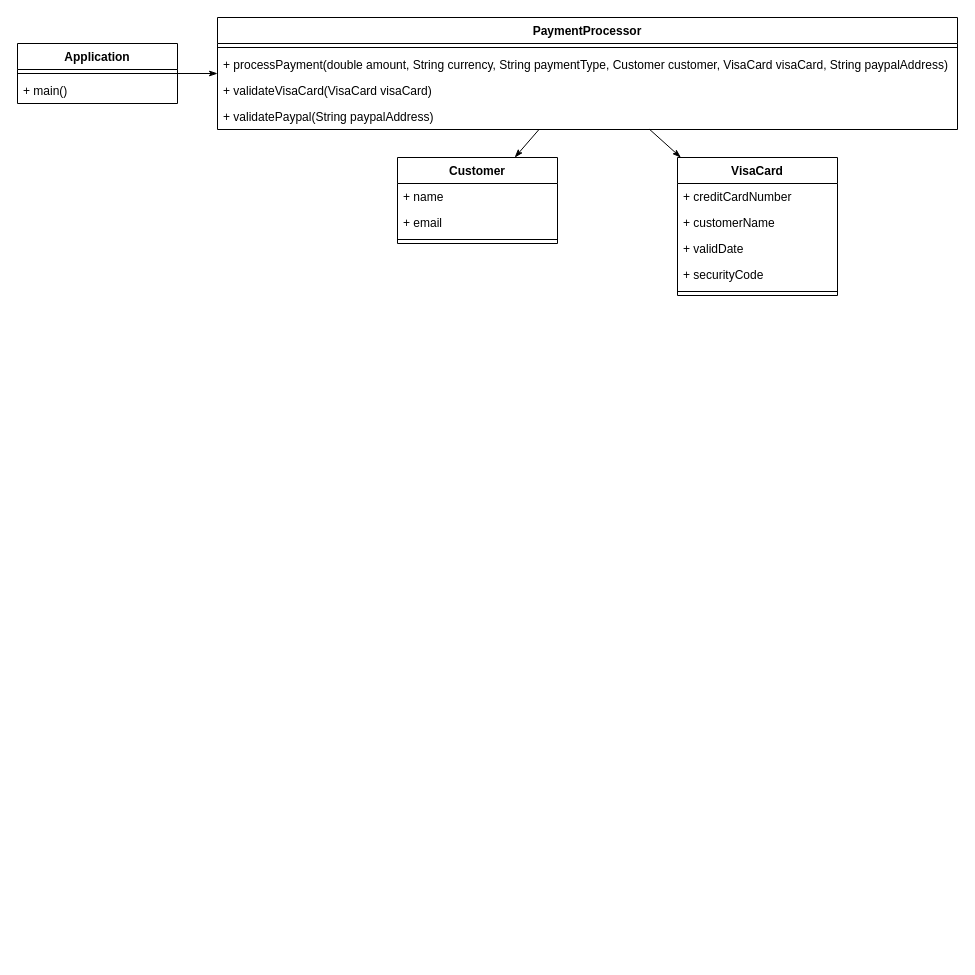
Before: page "Lab 2 - Q.e, f" (3 of 3) of assignments/Lab 2 draw.drawio in zithiat/asd, a draw.io diagram. Source tidied: cells renumbered, new cells numbered last; positions are measured from the earlier drawing's top-left corner, leaving out a move shared by most shapes. Both pictures are drawn from the tidied source at 100%, with x=0, y=0 at pixel (17, 17).
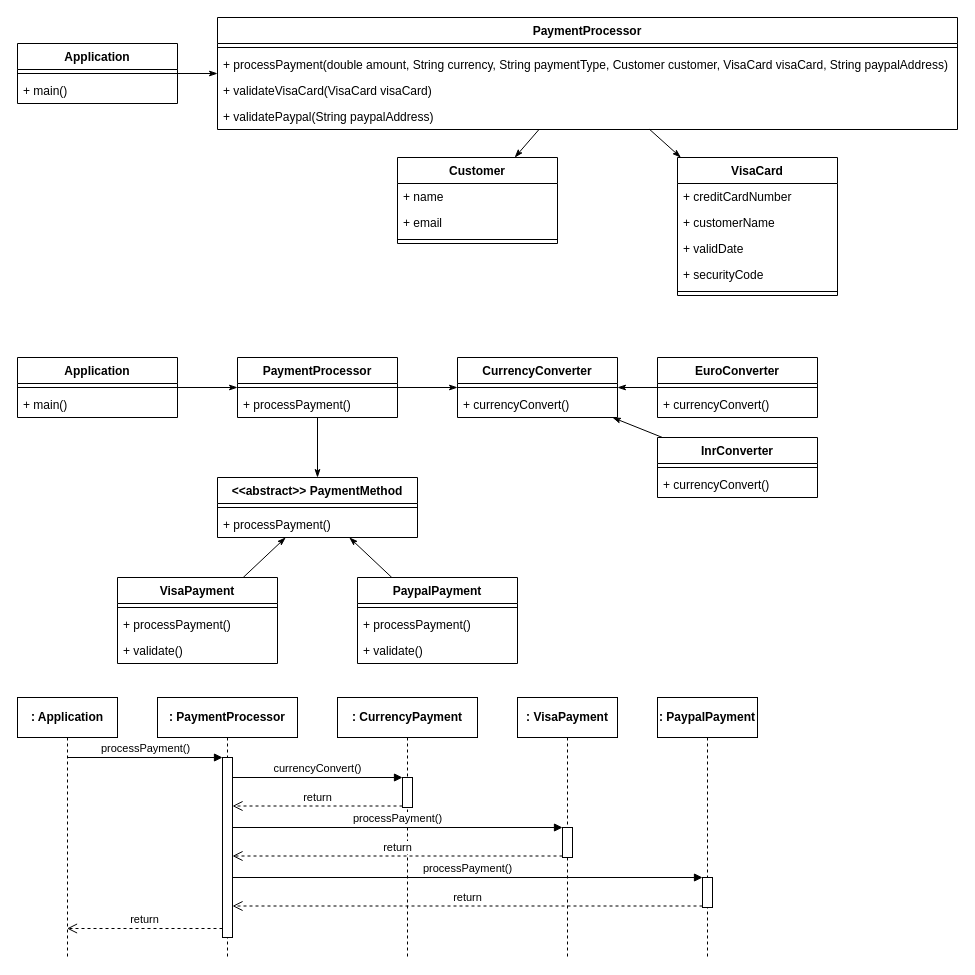
After the change.

Commit message:
Update Lab 2 - Q.e, f - Sequence diagram

What changed in the source:
```diff
@@
+    <mxCell id="23" value="Application" style="swimlane;fontStyle=1;align=center;verticalAlign=top;horizontal=1;startSize=26;" parent="1" vertex="1">
+      <mxGeometry y="340" width="160" height="60" as="geometry" />
+    </mxCell>
+    <mxCell id="24" style="line;strokeWidth=1;fillColor=none;align=left;verticalAlign=middle;spacingTop=-1;spacingLeft=3;spacingRight=3;labelPosition=right;" parent="23" vertex="1">
+      <mxGeometry y="26" width="160" height="8" as="geometry" />
+    </mxCell>
+    <mxCell id="25" value="+ main()" style="text;strokeColor=none;fillColor=none;align=left;verticalAlign=top;spacingLeft=4;spacingRight=4;overflow=hidden;" parent="23" vertex="1">
+      <mxGeometry y="34" width="160" height="26" as="geometry" />
+    </mxCell>
+    <mxCell id="26" value="PaymentProcessor" style="swimlane;fontStyle=1;align=center;verticalAlign=top;horizontal=1;startSize=26;" parent="1" vertex="1">
+      <mxGeometry x="220" y="340" width="160" height="60" as="geometry" />
+    </mxCell>
+    <mxCell id="27" style="line;strokeWidth=1;fillColor=none;align=left;verticalAlign=middle;spacingTop=-1;spacingLeft=3;spacingRight=3;labelPosition=right;" parent="26" vertex="1">
+      <mxGeometry y="26" width="160" height="8" as="geometry" />
+    </mxCell>
+    <mxCell id="28" value="+ processPayment()" style="text;strokeColor=none;fillColor=none;align=left;verticalAlign=top;spacingLeft=4;spacingRight=4;overflow=hidden;" parent="26" vertex="1">
+      <mxGeometry y="34" width="160" height="26" as="geometry" />
+    </mxCell>
+    <mxCell id="29" value="CurrencyConverter" style="swimlane;fontStyle=1;align=center;verticalAlign=top;horizontal=1;startSize=26;" parent="1" vertex="1">
+      <mxGeometry x="440" y="340" width="160" height="60" as="geometry" />
+    </mxCell>
+    <mxCell id="30" style="line;strokeWidth=1;fillColor=none;align=left;verticalAlign=middle;spacingTop=-1;spacingLeft=3;spacingRight=3;labelPosition=right;" parent="29" vertex="1">
+      <mxGeometry y="26" width="160" height="8" as="geometry" />
+    </mxCell>
+    <mxCell id="31" value="+ currencyConvert()" style="text;strokeColor=none;fillColor=none;align=left;verticalAlign=top;spacingLeft=4;spacingRight=4;overflow=hidden;" parent="29" vertex="1">
+      <mxGeometry y="34" width="160" height="26" as="geometry" />
+    </mxCell>
+    <mxCell id="32" value="EuroConverter" style="swimlane;fontStyle=1;align=center;verticalAlign=top;horizontal=1;startSize=26;" parent="1" vertex="1">
+      <mxGeometry x="640" y="340" width="160" height="60" as="geometry" />
+    </mxCell>
+    <mxCell id="33" style="line;strokeWidth=1;fillColor=none;align=left;verticalAlign=middle;spacingTop=-1;spacingLeft=3;spacingRight=3;labelPosition=right;" parent="32" vertex="1">
+      <mxGeometry y="26" width="160" height="8" as="geometry" />
+    </mxCell>
+    <mxCell id="34" value="+ currencyConvert()" style="text;strokeColor=none;fillColor=none;align=left;verticalAlign=top;spacingLeft=4;spacingRight=4;overflow=hidden;" parent="32" vertex="1">
+      <mxGeometry y="34" width="160" height="26" as="geometry" />
+    </mxCell>
+    <mxCell id="35" value="InrConverter" style="swimlane;fontStyle=1;align=center;verticalAlign=top;horizontal=1;startSize=26;" parent="1" vertex="1">
+      <mxGeometry x="640" y="420" width="160" height="60" as="geometry" />
+    </mxCell>
+    <mxCell id="36" style="line;strokeWidth=1;fillColor=none;align=left;verticalAlign=middle;spacingTop=-1;spacingLeft=3;spacingRight=3;labelPosition=right;" parent="35" vertex="1">
+      <mxGeometry y="26" width="160" height="8" as="geometry" />
+    </mxCell>
+    <mxCell id="37" value="+ currencyConvert()" style="text;strokeColor=none;fillColor=none;align=left;verticalAlign=top;spacingLeft=4;spacingRight=4;overflow=hidden;" parent="35" vertex="1">
+      <mxGeometry y="34" width="160" height="26" as="geometry" />
+    </mxCell>
+    <mxCell id="38" value="&lt;&lt;abstract&gt;&gt; PaymentMethod" style="swimlane;fontStyle=1;align=center;verticalAlign=top;horizontal=1;startSize=26;" parent="1" vertex="1">
+      <mxGeometry x="200" y="460" width="200" height="60" as="geometry" />
+    </mxCell>
+    <mxCell id="39" style="line;strokeWidth=1;fillColor=none;align=left;verticalAlign=middle;spacingTop=-1;spacingLeft=3;spacingRight=3;labelPosition=right;" parent="38" vertex="1">
+      <mxGeometry y="26" width="200" height="8" as="geometry" />
+    </mxCell>
+    <mxCell id="40" value="+ processPayment()" style="text;strokeColor=none;fillColor=none;align=left;verticalAlign=top;spacingLeft=4;spacingRight=4;overflow=hidden;" parent="38" vertex="1">
+      <mxGeometry y="34" width="200" height="26" as="geometry" />
+    </mxCell>
+    <mxCell id="41" value="VisaPayment" style="swimlane;fontStyle=1;align=center;verticalAlign=top;horizontal=1;startSize=26;" parent="1" vertex="1">
+      <mxGeometry x="100" y="560" width="160" height="86" as="geometry" />
+    </mxCell>
+    <mxCell id="42" style="line;strokeWidth=1;fillColor=none;align=left;verticalAlign=middle;spacingTop=-1;spacingLeft=3;spacingRight=3;labelPosition=right;" parent="41" vertex="1">
+      <mxGeometry y="26" width="160" height="8" as="geometry" />
+    </mxCell>
+    <mxCell id="43" value="+ processPayment()" style="text;strokeColor=none;fillColor=none;align=left;verticalAlign=top;spacingLeft=4;spacingRight=4;overflow=hidden;" parent="41" vertex="1">
+      <mxGeometry y="34" width="160" height="26" as="geometry" />
+    </mxCell>
+    <mxCell id="44" value="+ validate()" style="text;strokeColor=none;fillColor=none;align=left;verticalAlign=top;spacingLeft=4;spacingRight=4;overflow=hidden;" parent="41" vertex="1">
+      <mxGeometry y="60" width="160" height="26" as="geometry" />
+    </mxCell>
+    <mxCell id="45" value="PaypalPayment" style="swimlane;fontStyle=1;align=center;verticalAlign=top;horizontal=1;startSize=26;" parent="1" vertex="1">
+      <mxGeometry x="340" y="560" width="160" height="86" as="geometry" />
+    </mxCell>
+    <mxCell id="46" style="line;strokeWidth=1;fillColor=none;align=left;verticalAlign=middle;spacingTop=-1;spacingLeft=3;spacingRight=3;labelPosition=right;" parent="45" vertex="1">
+      <mxGeometry y="26" width="160" height="8" as="geometry" />
+    </mxCell>
+    <mxCell id="47" value="+ processPayment()" style="text;strokeColor=none;fillColor=none;align=left;verticalAlign=top;spacingLeft=4;spacingRight=4;overflow=hidden;" parent="45" vertex="1">
+      <mxGeometry y="34" width="160" height="26" as="geometry" />
+    </mxCell>
+    <mxCell id="48" value="+ validate()" style="text;strokeColor=none;fillColor=none;align=left;verticalAlign=top;spacingLeft=4;spacingRight=4;overflow=hidden;" parent="45" vertex="1">
+      <mxGeometry y="60" width="160" height="26" as="geometry" />
+    </mxCell>
+    <mxCell id="49" style="endArrow=classicThin;html=1;rounded=0;endFill=1;" parent="1" edge="1" source="23" target="26">
+      <mxGeometry relative="1" as="geometry" />
+    </mxCell>
+    <mxCell id="50" style="endArrow=classicThin;html=1;rounded=0;endFill=1;" parent="1" edge="1" source="26" target="38">
+      <mxGeometry relative="1" as="geometry" />
+    </mxCell>
+    <mxCell id="51" style="endArrow=classicThin;html=1;rounded=0;endFill=1;" parent="1" edge="1" source="41" target="38">
+      <mxGeometry relative="1" as="geometry" />
+    </mxCell>
+    <mxCell id="52" style="endArrow=classicThin;html=1;rounded=0;endFill=1;" parent="1" edge="1" source="45" target="38">
+      <mxGeometry relative="1" as="geometry" />
+    </mxCell>
+    <mxCell id="53" style="endArrow=classicThin;html=1;rounded=0;endFill=1;" parent="1" edge="1" source="35" target="29">
+      <mxGeometry relative="1" as="geometry" />
+    </mxCell>
+    <mxCell id="54" style="endArrow=classicThin;html=1;rounded=0;endFill=1;" parent="1" edge="1" source="32" target="29">
+      <mxGeometry relative="1" as="geometry" />
+    </mxCell>
+    <mxCell id="55" style="endArrow=classicThin;html=1;rounded=0;endFill=1;" parent="1" edge="1" source="26" target="29">
+      <mxGeometry relative="1" as="geometry" />
+    </mxCell>
+    <mxCell id="56" value="&lt;b&gt;: Application&lt;/b&gt;" style="shape=umlLifeline;perimeter=lifelinePerimeter;whiteSpace=wrap;html=1;outlineConnect=0;" parent="1" vertex="1">
+      <mxGeometry y="680" width="100" height="260" as="geometry" />
+    </mxCell>
+    <mxCell id="57" value="&lt;b&gt;: PaymentProcessor&lt;/b&gt;" style="shape=umlLifeline;perimeter=lifelinePerimeter;whiteSpace=wrap;html=1;" parent="1" vertex="1">
+      <mxGeometry x="140" y="680" width="140" height="260" as="geometry" />
+    </mxCell>
+    <mxCell id="58" style="html=1;points=[];perimeter=orthogonalPerimeter;" parent="57" vertex="1">
+      <mxGeometry x="65" y="60" width="10" height="180" as="geometry" />
+    </mxCell>
+    <mxCell id="59" value="&lt;b&gt;: VisaPayment&lt;/b&gt;" style="shape=umlLifeline;perimeter=lifelinePerimeter;whiteSpace=wrap;html=1;" parent="1" vertex="1">
+      <mxGeometry x="500" y="680" width="100" height="260" as="geometry" />
+    </mxCell>
+    <mxCell id="60" style="html=1;points=[];perimeter=orthogonalPerimeter;" parent="59" vertex="1">
+      <mxGeometry x="45" y="130" width="10" height="30" as="geometry" />
+    </mxCell>
+    <mxCell id="61" value="&lt;b&gt;: PaypalPayment&lt;/b&gt;" style="shape=umlLifeline;perimeter=lifelinePerimeter;whiteSpace=wrap;html=1;" parent="1" vertex="1">
+      <mxGeometry x="640" y="680" width="100" height="260" as="geometry" />
+    </mxCell>
+    <mxCell id="62" style="html=1;points=[];perimeter=orthogonalPerimeter;" parent="61" vertex="1">
+      <mxGeometry x="45" y="180" width="10" height="30" as="geometry" />
+    </mxCell>
+    <mxCell id="63" value="processPayment()" style="html=1;verticalAlign=bottom;endArrow=block;entryX=0;entryY=0;" parent="1" edge="1" source="56" target="58">
+      <mxGeometry relative="1" as="geometry" />
+    </mxCell>
+    <mxCell id="64" value="return" style="html=1;verticalAlign=bottom;endArrow=open;dashed=1;endSize=8;exitX=0;exitY=0.95;" parent="1" edge="1" source="58" target="56">
+      <mxGeometry relative="1" as="geometry" />
+    </mxCell>
+    <mxCell id="65" value="&lt;b&gt;: CurrencyPayment&lt;/b&gt;" style="shape=umlLifeline;perimeter=lifelinePerimeter;whiteSpace=wrap;html=1;" parent="1" vertex="1">
+      <mxGeometry x="320" y="680" width="140" height="260" as="geometry" />
+    </mxCell>
+    <mxCell id="66" style="html=1;points=[];perimeter=orthogonalPerimeter;" parent="65" vertex="1">
+      <mxGeometry x="65" y="80" width="10" height="30" as="geometry" />
+    </mxCell>
+    <mxCell id="67" value="currencyConvert()" style="html=1;verticalAlign=bottom;endArrow=block;entryX=0;entryY=0;" parent="1" edge="1" source="58" target="66">
+      <mxGeometry relative="1" as="geometry" />
+    </mxCell>
+    <mxCell id="68" value="return" style="html=1;verticalAlign=bottom;endArrow=open;dashed=1;endSize=8;exitX=0;exitY=0.95;" parent="1" edge="1" source="66" target="58">
+      <mxGeometry relative="1" as="geometry" />
+    </mxCell>
+    <mxCell id="69" value="processPayment()" style="html=1;verticalAlign=bottom;endArrow=block;entryX=0;entryY=0;" parent="1" edge="1" source="58" target="60">
+      <mxGeometry relative="1" as="geometry" />
+    </mxCell>
+    <mxCell id="70" value="return" style="html=1;verticalAlign=bottom;endArrow=open;dashed=1;endSize=8;exitX=0;exitY=0.95;" parent="1" edge="1" source="60" target="58">
+      <mxGeometry relative="1" as="geometry" />
+    </mxCell>
+    <mxCell id="71" value="processPayment()" style="html=1;verticalAlign=bottom;endArrow=block;entryX=0;entryY=0;" parent="1" edge="1" source="58" target="62">
+      <mxGeometry relative="1" as="geometry" />
+    </mxCell>
+    <mxCell id="72" value="return" style="html=1;verticalAlign=bottom;endArrow=open;dashed=1;endSize=8;exitX=0;exitY=0.95;" parent="1" edge="1" source="62" target="58">
+      <mxGeometry relative="1" as="geometry" />
+    </mxCell>
```
